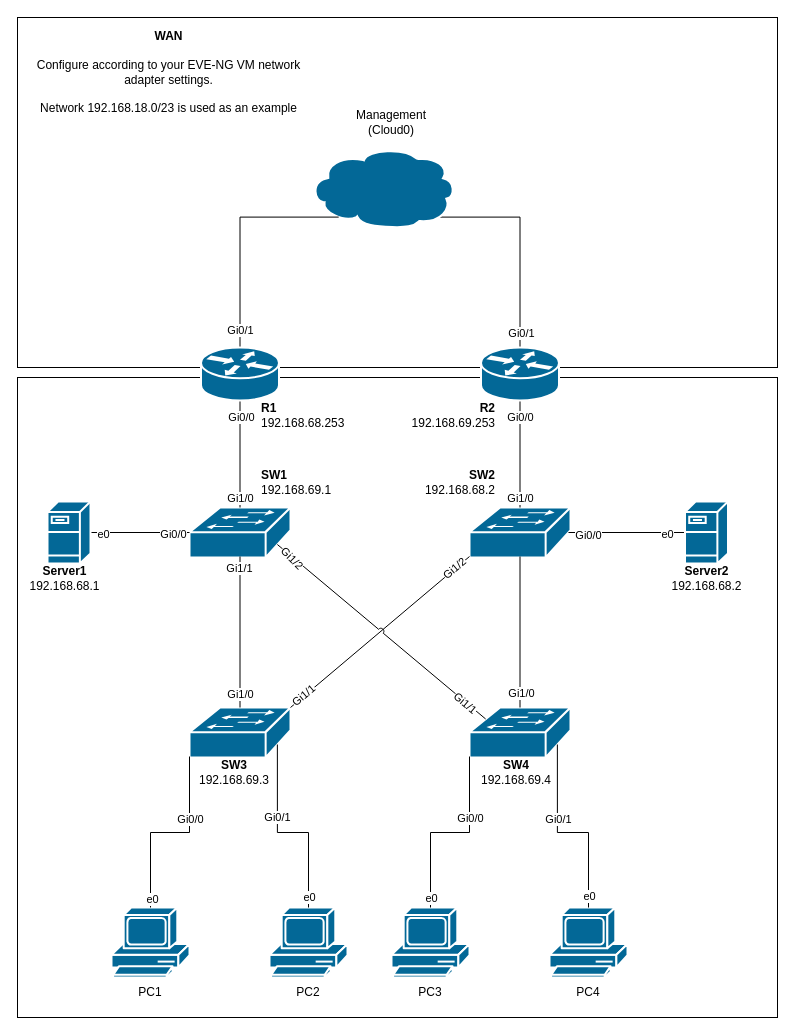
Before: page "Site1" (3 of 4) of network-documentation/network-diagram.drawio in hubert-nitka/monitoring-dashboard, a draw.io diagram. Source tidied: cells renumbered, new cells numbered last; positions are measured from the earlier drawing's top-left corner, leaving out a move shared by most shapes. Both pictures are drawn from the tidied source at 100%, with x=0, y=0 at pixel (17, 17).
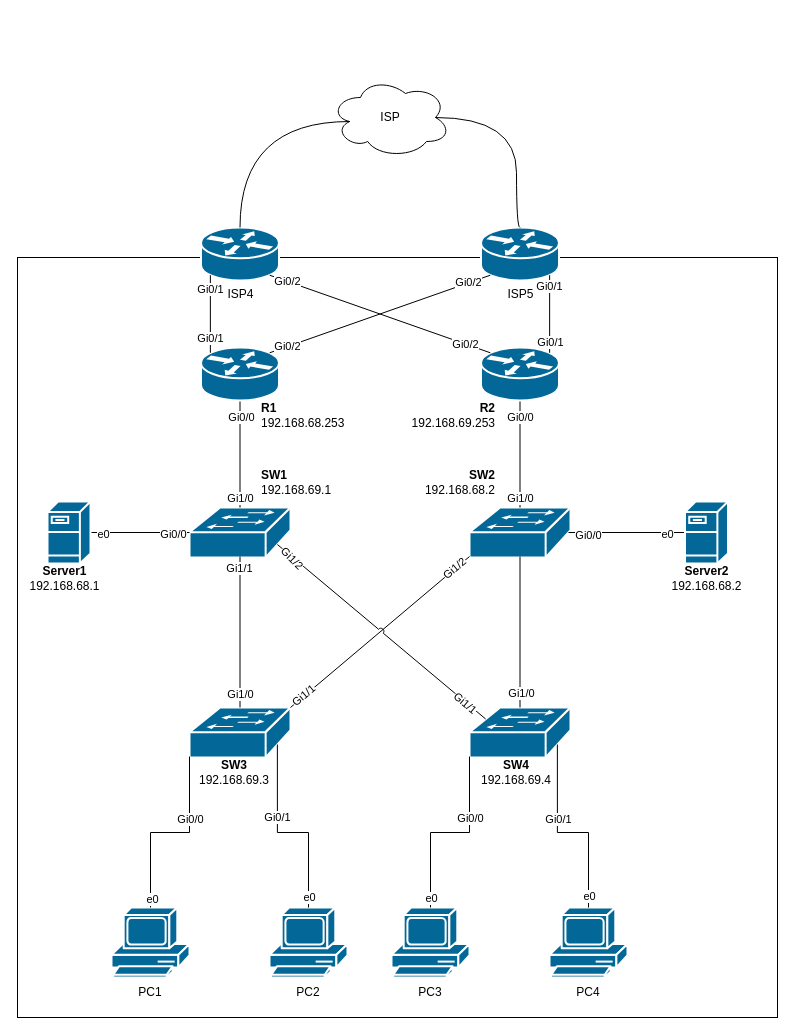
The same page after the edit.

The change refers to these unchanged cells:
```xml
<mxCell id="53" style="strokeColor=#ffffff;sketch=0;html=1;dashed=0;fillColor=#036897;strokeWidth=2;verticalLabelPosition=bottom;verticalAlign=top;align=center;outlineConnect=0;shape=mxgraph.cisco.routers.router;" parent="1" vertex="1">
  <mxGeometry x="183.5" y="330" width="78" height="53" as="geometry" />
</mxCell>
<mxCell id="54" style="strokeColor=#ffffff;sketch=0;html=1;dashed=0;fillColor=#036897;strokeWidth=2;verticalLabelPosition=bottom;verticalAlign=top;align=center;outlineConnect=0;shape=mxgraph.cisco.routers.router;" parent="1" vertex="1">
  <mxGeometry x="463.5" y="330" width="78" height="53" as="geometry" />
</mxCell>
```

The edit, as a diff of the source:
```diff
@@
-    <mxCell id="2" style="rounded=0;whiteSpace=wrap;html=1;fillColor=none;strokeColor=light-dark(#000000,#27E70D);" parent="1" vertex="1">
-      <mxGeometry y="360" width="760" height="640" as="geometry" />
+    <mxCell id="2" style="rounded=0;whiteSpace=wrap;html=1;fillColor=none;strokeColor=light-dark(#000000,#00FFFF);" parent="1" vertex="1">
+      <mxGeometry y="240" width="760" height="760" as="geometry" />
     </mxCell>
-    <mxCell id="3" style="rounded=0;whiteSpace=wrap;html=1;fillColor=none;strokeColor=light-dark(#000000,#B63BA6);" parent="1" vertex="1">
-      <mxGeometry width="760" height="350" as="geometry" />
-    </mxCell>
@@
-    <mxCell id="8" style="edgeStyle=orthogonalEdgeStyle;rounded=0;jettySize=auto;html=1;exitX=0.89;exitY=0.87;exitDx=0;exitDy=0;exitPerimeter=0;endArrow=none;endFill=0;shape=wire;startArrow=none;startFill=0;" parent="1" edge="1" source="10" target="54">
-      <mxGeometry relative="1" as="geometry" />
-    </mxCell>
-    <mxCell id="9" value="Gi0/1" style="edgeLabel;html=1;align=center;verticalAlign=middle;dashed=1;" parent="8" vertex="1">
-      <mxGeometry x="0.86" y="1" relative="1" as="geometry" />
-    </mxCell>
-    <mxCell id="10" style="strokeColor=#ffffff;sketch=0;html=1;dashed=0;fillColor=#036897;strokeWidth=2;verticalLabelPosition=bottom;verticalAlign=top;align=center;outlineConnect=0;shape=mxgraph.cisco.storage.cloud;" parent="1" vertex="1">
-      <mxGeometry x="292" y="130" width="146" height="80" as="geometry" />
-    </mxCell>
@@
-    <mxCell id="18" style="edgeStyle=orthogonalEdgeStyle;shape=wire;rounded=0;jettySize=auto;html=1;exitX=0.2;exitY=0.87;exitDx=0;exitDy=0;exitPerimeter=0;entryX=0.5;entryY=0;entryDx=0;entryDy=0;entryPerimeter=0;dashed=1;endArrow=none;endFill=0;" parent="1" edge="1" source="10" target="53">
-      <mxGeometry relative="1" as="geometry" />
-    </mxCell>
-    <mxCell id="19" value="Gi0/1" style="edgeLabel;html=1;align=center;verticalAlign=middle;dashed=1;" parent="18" vertex="1">
-      <mxGeometry x="0.85" relative="1" as="geometry" />
-    </mxCell>
@@
-    <mxCell id="69" value="Management (Cloud0)" style="text;html=1;whiteSpace=wrap;strokeColor=none;fillColor=none;align=center;verticalAlign=middle;rounded=0;" parent="1" vertex="1">
-      <mxGeometry x="344" y="90" width="60" height="30" as="geometry" />
-    </mxCell>
-    <mxCell id="70" value="&lt;b&gt;WAN&lt;/b&gt;&lt;div&gt;&lt;br&gt;&lt;/div&gt;&lt;div&gt;Configure according to your EVE-NG VM network adapter settings.&lt;/div&gt;&lt;div&gt;&lt;br&gt;&lt;/div&gt;&lt;div&gt;Network 192.168.18.0/23 is used as an example&lt;/div&gt;" style="text;html=1;whiteSpace=wrap;strokeColor=none;fillColor=none;align=center;verticalAlign=middle;rounded=0;" parent="1" vertex="1">
-      <mxGeometry x="13" y="10" width="277" height="90" as="geometry" />
-    </mxCell>
+    <mxCell id="71" value="ISP5" style="strokeColor=#ffffff;sketch=0;html=1;dashed=0;fillColor=#036897;strokeWidth=2;verticalLabelPosition=bottom;verticalAlign=top;align=center;outlineConnect=0;shape=mxgraph.cisco.routers.router;" parent="1" vertex="1">
+      <mxGeometry x="463.5" y="210" width="78" height="53" as="geometry" />
+    </mxCell>
+    <mxCell id="72" value="ISP4" style="strokeColor=#ffffff;sketch=0;html=1;dashed=0;fillColor=#036897;strokeWidth=2;verticalLabelPosition=bottom;verticalAlign=top;align=center;outlineConnect=0;shape=mxgraph.cisco.routers.router;" parent="1" vertex="1">
+      <mxGeometry x="183.5" y="210" width="78" height="53" as="geometry" />
+    </mxCell>
+    <mxCell id="73" value="ISP" style="ellipse;shape=cloud;whiteSpace=wrap;html=1;" parent="1" vertex="1">
+      <mxGeometry x="313" y="60" width="120" height="80" as="geometry" />
+    </mxCell>
+    <mxCell id="74" style="edgeStyle=orthogonalEdgeStyle;rounded=0;jettySize=auto;html=1;exitX=0.5;exitY=0;exitDx=0;exitDy=0;exitPerimeter=0;entryX=0.16;entryY=0.55;entryDx=0;entryDy=0;entryPerimeter=0;curved=1;endArrow=none;endFill=0;" parent="1" edge="1" source="72" target="73">
+      <mxGeometry relative="1" as="geometry">
+        <Array as="points">
+          <mxPoint x="223" y="104" />
+        </Array>
+      </mxGeometry>
+    </mxCell>
+    <mxCell id="75" style="edgeStyle=orthogonalEdgeStyle;rounded=0;jettySize=auto;html=1;exitX=0.5;exitY=0;exitDx=0;exitDy=0;exitPerimeter=0;entryX=0.875;entryY=0.5;entryDx=0;entryDy=0;entryPerimeter=0;curved=1;endArrow=none;endFill=0;" parent="1" edge="1" source="71" target="73">
+      <mxGeometry relative="1" as="geometry">
+        <Array as="points">
+          <mxPoint x="499" y="210" />
+          <mxPoint x="499" y="100" />
+        </Array>
+      </mxGeometry>
+    </mxCell>
+    <mxCell id="76" style="edgeStyle=orthogonalEdgeStyle;rounded=0;jettySize=auto;html=1;exitX=0.12;exitY=0.9;exitDx=0;exitDy=0;exitPerimeter=0;entryX=0.12;entryY=0.1;entryDx=0;entryDy=0;entryPerimeter=0;endArrow=none;endFill=0;" parent="1" edge="1" source="72" target="53">
+      <mxGeometry relative="1" as="geometry" />
+    </mxCell>
+    <mxCell id="77" value="Gi0/1" style="edgeLabel;html=1;align=center;verticalAlign=middle;" parent="76" vertex="1">
+      <mxGeometry x="-0.63" relative="1" as="geometry" />
+    </mxCell>
+    <mxCell id="78" value="Gi0/1" style="edgeLabel;html=1;align=center;verticalAlign=middle;" parent="76" vertex="1">
+      <mxGeometry x="0.63" relative="1" as="geometry" />
+    </mxCell>
+    <mxCell id="79" style="rounded=0;jettySize=auto;html=1;exitX=0.88;exitY=0.9;exitDx=0;exitDy=0;exitPerimeter=0;entryX=0.88;entryY=0.1;entryDx=0;entryDy=0;entryPerimeter=0;endArrow=none;endFill=0;" parent="1" edge="1" source="71" target="54">
+      <mxGeometry relative="1" as="geometry" />
+    </mxCell>
+    <mxCell id="80" value="Gi0/1" style="edgeLabel;html=1;align=center;verticalAlign=middle;" parent="79" vertex="1">
+      <mxGeometry x="-0.72" y="-1" relative="1" as="geometry" />
+    </mxCell>
+    <mxCell id="81" value="Gi0/1" style="edgeLabel;html=1;align=center;verticalAlign=middle;" parent="79" vertex="1">
+      <mxGeometry x="0.73" relative="1" as="geometry" />
+    </mxCell>
+    <mxCell id="82" style="rounded=0;jettySize=auto;html=1;exitX=0.88;exitY=0.9;exitDx=0;exitDy=0;exitPerimeter=0;entryX=0.12;entryY=0.1;entryDx=0;entryDy=0;entryPerimeter=0;endArrow=none;endFill=0;" parent="1" edge="1" source="72" target="54">
+      <mxGeometry relative="1" as="geometry" />
+    </mxCell>
+    <mxCell id="83" value="Gi0/2" style="edgeLabel;html=1;align=center;verticalAlign=middle;" parent="82" vertex="1">
+      <mxGeometry x="-0.85" relative="1" as="geometry" />
+    </mxCell>
+    <mxCell id="84" value="Gi0/2" style="edgeLabel;html=1;align=center;verticalAlign=middle;" parent="82" vertex="1">
+      <mxGeometry x="0.77" relative="1" as="geometry" />
+    </mxCell>
+    <mxCell id="85" style="rounded=0;jettySize=auto;html=1;exitX=0.12;exitY=0.9;exitDx=0;exitDy=0;exitPerimeter=0;entryX=0.88;entryY=0.1;entryDx=0;entryDy=0;entryPerimeter=0;endArrow=none;endFill=0;" parent="1" edge="1" source="71" target="53">
+      <mxGeometry relative="1" as="geometry" />
+    </mxCell>
+    <mxCell id="86" value="Gi0/2" style="edgeLabel;html=1;align=center;verticalAlign=middle;" parent="85" vertex="1">
+      <mxGeometry x="0.84" y="-1" relative="1" as="geometry" />
+    </mxCell>
+    <mxCell id="87" value="Gi0/2" style="edgeLabel;html=1;align=center;verticalAlign=middle;" parent="85" vertex="1">
+      <mxGeometry x="-0.8" y="-1" relative="1" as="geometry" />
+    </mxCell>
```
